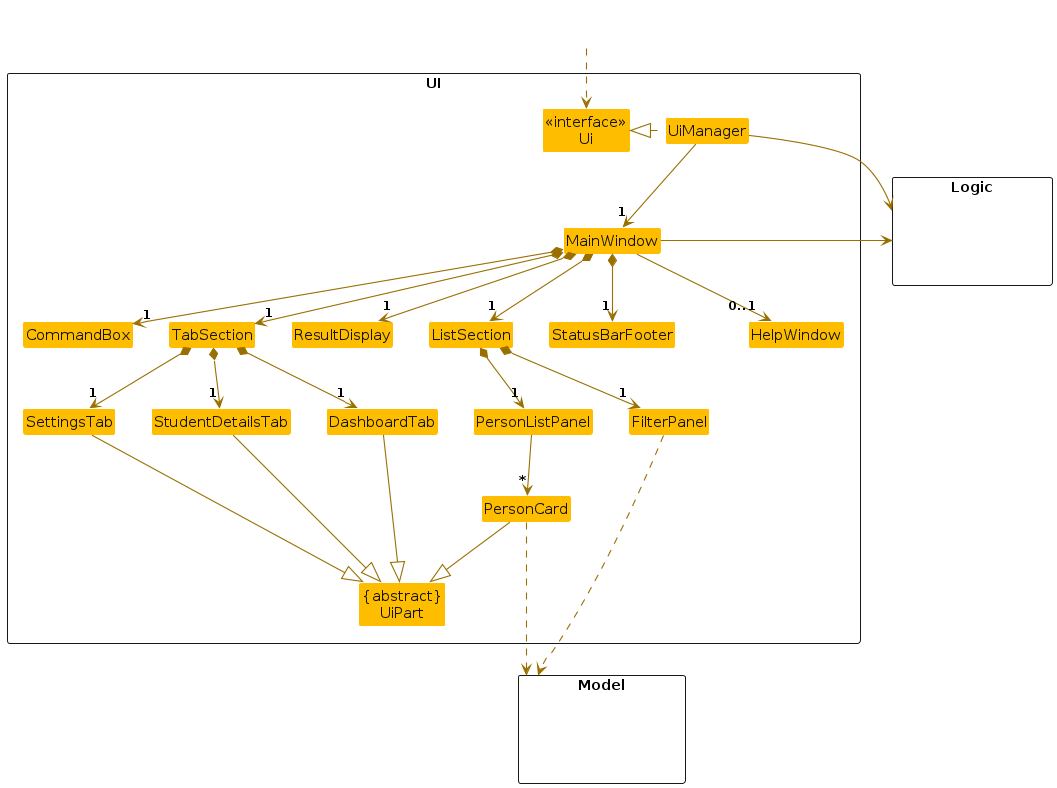
Earlier version of the PlantUML export diagrams/UiClassDiagram.png (ananyaj1515/tp). Its source is kept beside it as diagrams/UiClassDiagram.puml.
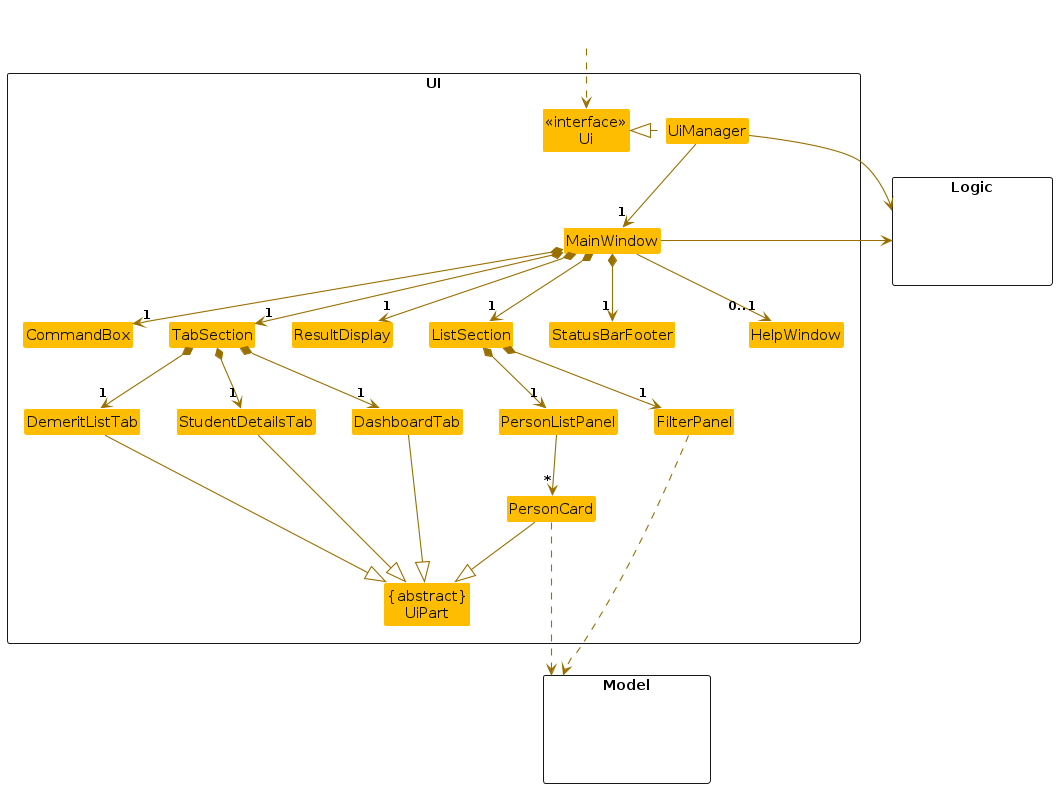
Above is the later version.

Change to the diagram source:
```diff
@@ -28,7 +28,7 @@
 Class StudentDetailsTab
 Class DashboardTab
 Class FilterPanel
-Class SettingsTab
+Class DemeritListTab
 }
 
 package Model <<Rectangle>> {
@@ -54,7 +54,7 @@
 
 TabSection *-down-> "1" StudentDetailsTab
 TabSection *-down-> "1" DashboardTab
-TabSection *-down-> "1" SettingsTab
+TabSection *-down-> "1" DemeritListTab
 
 ListSection *--> "1" FilterPanel
 ListSection *--> "1" PersonListPanel
@@ -62,7 +62,7 @@
 PersonListPanel -down-> "*" PersonCard
 
 PersonCard --|> UiPart
-SettingsTab --|> UiPart
+DemeritListTab --|> UiPart
 DashboardTab --|> UiPart
 StudentDetailsTab --|> UiPart
 
@@ -78,8 +78,8 @@
 ResultDisplay -[hidden]right- ListSection
 UiPart -[hidden]down- Model
 TabSection -[hidden]right- ResultDisplay
-DashboardTab -[hidden]right- SettingsTab
-SettingsTab -[hidden]right- StudentDetailsTab
+DashboardTab -[hidden]right- DemeritListTab
+DemeritListTab -[hidden]right- StudentDetailsTab
 
 MainWindow -[hidden]-|> UiPart
 @enduml
```
